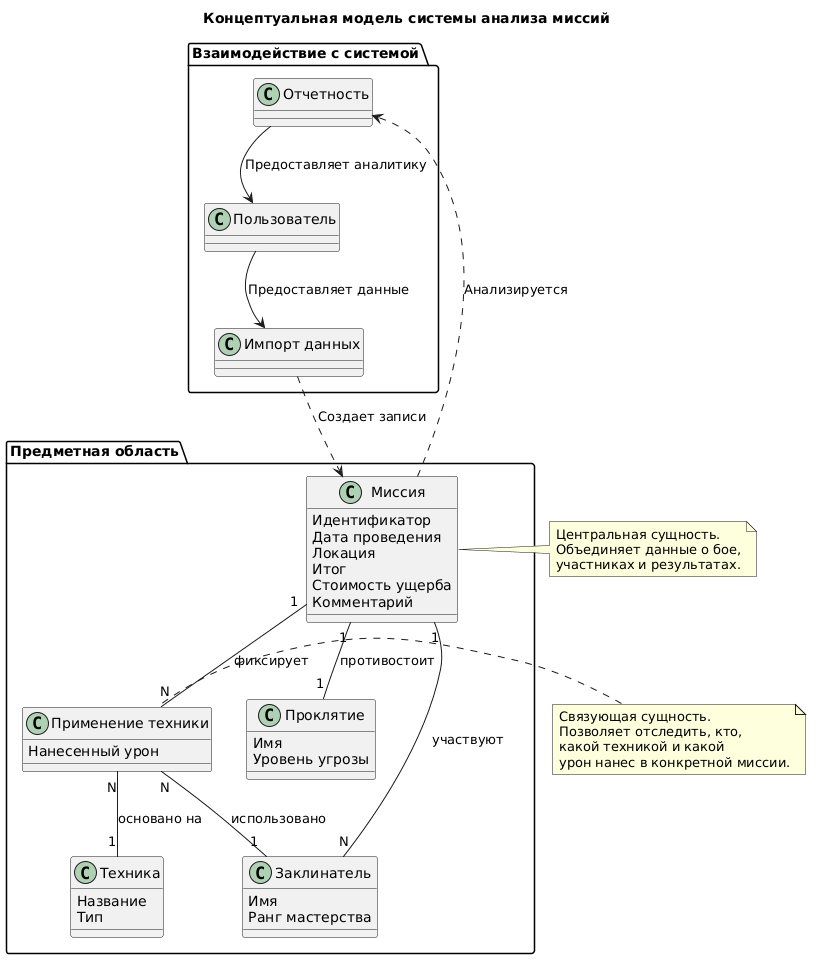
Above: concept_diagram.png in GeorgyNikolaev/MEPHI_Java_laba_1 (PlantUML), before the change.
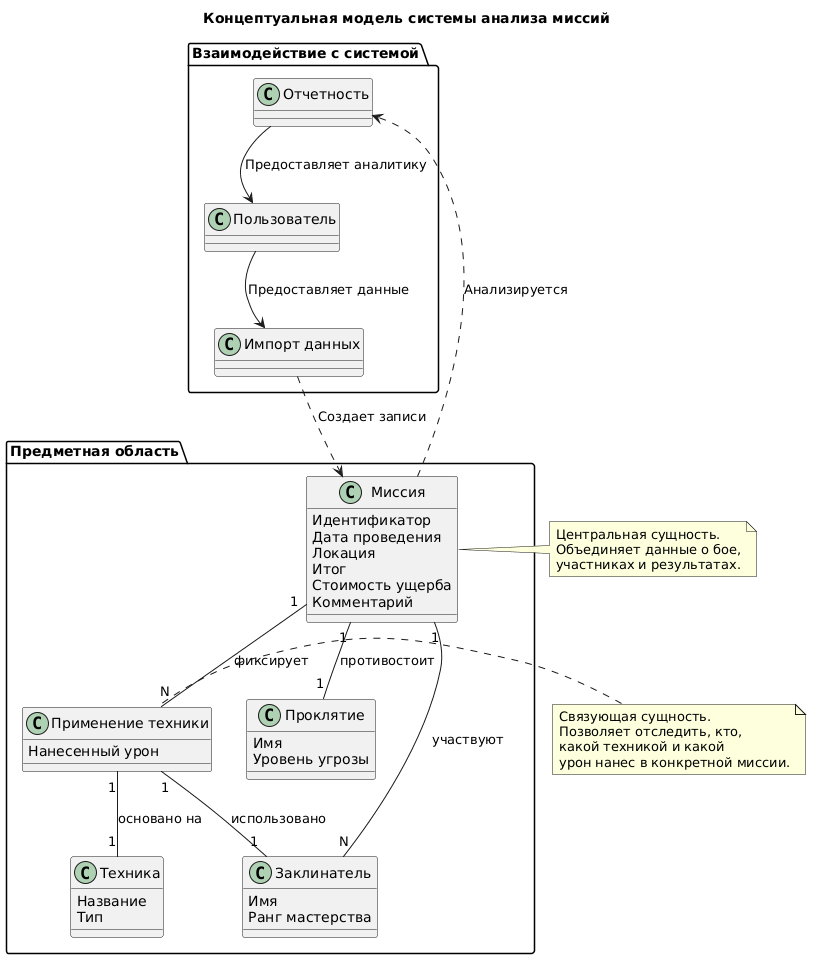
Above is the later version.

Commit message:
Исправил диаграммы

Change to the diagram source:
```diff
@@ -35,8 +35,8 @@
   Mission "1" -- "N" Sorcerer : участвуют
   Mission "1" -- "N" TechniqueUsage : фиксирует
 
-  TechniqueUsage "N" -- "1" Sorcerer : использовано
-  TechniqueUsage "N" -- "1" Technique : основано на
+  TechniqueUsage "1" -- "1" Sorcerer : использовано
+  TechniqueUsage "1" -- "1" Technique : основано на
 }
 
 package "Взаимодействие с системой" {
```
